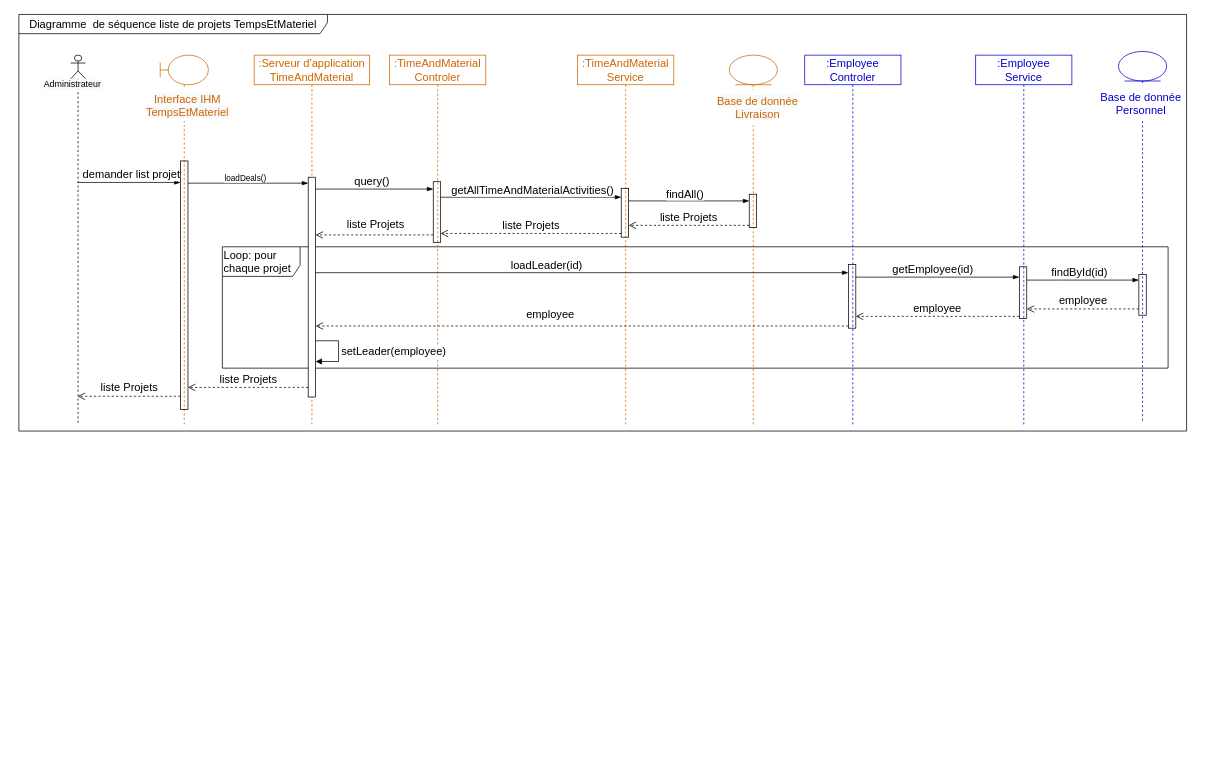
Before: Delivery/TimeAndMaterialProjectListDiagrammeSequence.drawio in ZidiMedAmine/UML, a draw.io diagram. Source tidied: cells renumbered, new cells numbered last; positions are measured from the earlier drawing's top-left corner, leaving out a move shared by most shapes. Both pictures are drawn from the tidied source at 74%, with x=0, y=0 at pixel (18, 14).
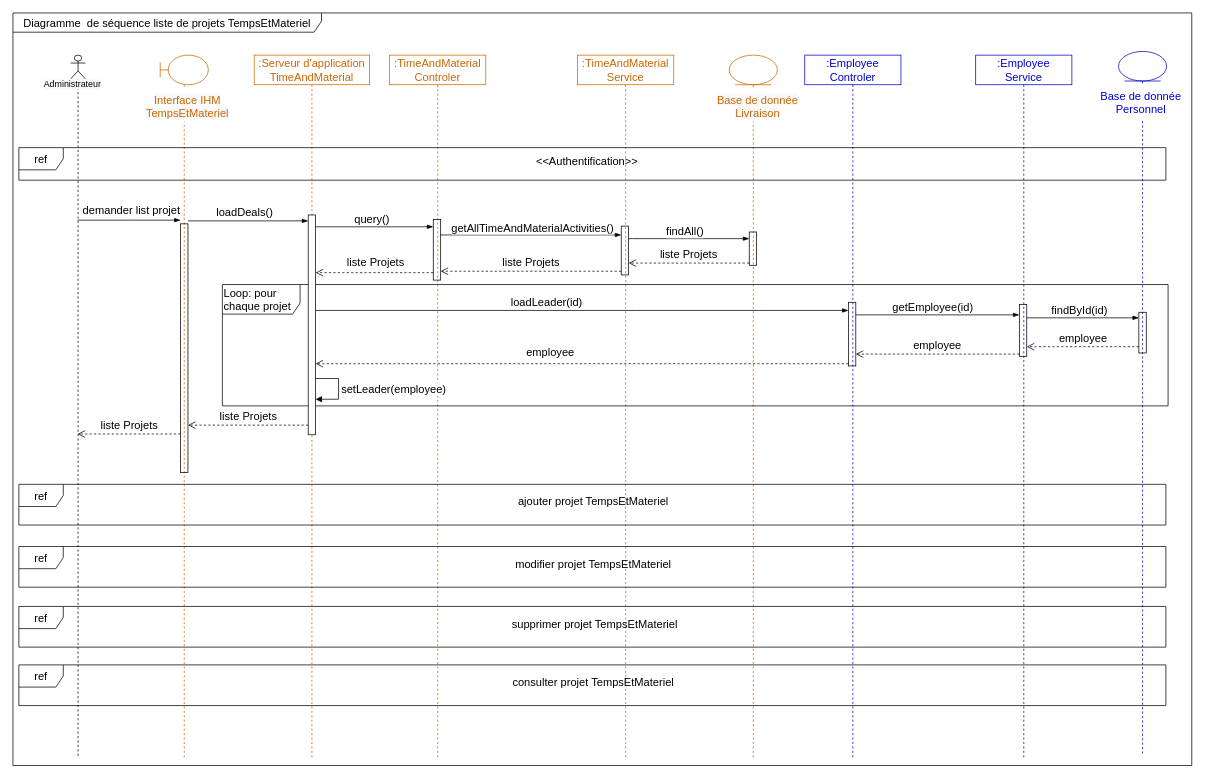
After the change.

Commit message:
Mettre à jour TimeAndMaterialProjectListDiagrammeSequence.drawio

Change to the diagram source:
```diff
@@
+    <mxCell id="43" value="Diagramme&amp;nbsp; de séquence liste de projets TempsEtMateriel" style="shape=umlFrame;whiteSpace=wrap;html=1;rounded=0;shadow=0;glass=0;sketch=0;fontSize=15;fillColor=none;width=417;height=26;" parent="1" vertex="1">
+      <mxGeometry x="-8" y="-2" width="1593" height="1017" as="geometry" />
+    </mxCell>
     <mxCell id="2" value=":TimeAndMaterial&lt;br&gt;Controler" style="shape=umlLifeline;perimeter=lifelinePerimeter;whiteSpace=wrap;html=1;rounded=0;shadow=0;glass=0;sketch=0;fillColor=none;fontSize=15;fontColor=#CC6600;strokeColor=#CC6600;" parent="1" vertex="1">
-      <mxGeometry x="501" y="55" width="130" height="500" as="geometry" />
+      <mxGeometry x="501" y="55" width="130" height="950" as="geometry" />
     </mxCell>
     <mxCell id="3" style="html=1;points=[];perimeter=orthogonalPerimeter;rounded=0;shadow=0;glass=0;sketch=0;fontSize=15;fillColor=none;" parent="2" vertex="1">
-      <mxGeometry x="59" y="171" width="10" height="82" as="geometry" />
+      <mxGeometry x="59" y="222" width="10" height="82" as="geometry" />
     </mxCell>
     <mxCell id="4" style="shape=umlLifeline;participant=umlActor;perimeter=lifelinePerimeter;whiteSpace=wrap;html=1;verticalAlign=top;spacingTop=36;outlineConnect=0;fillColor=none;size=32;sketch=0;shadow=0;rounded=0;glass=0;" parent="1" vertex="1">
-      <mxGeometry x="70" y="55" width="20" height="500" as="geometry" />
+      <mxGeometry x="70" y="55" width="20" height="950" as="geometry" />
     </mxCell>
@@
     <mxCell id="6" value=":TimeAndMaterial&lt;br&gt;Service" style="shape=umlLifeline;perimeter=lifelinePerimeter;whiteSpace=wrap;html=1;rounded=0;shadow=0;glass=0;sketch=0;fillColor=none;fontSize=15;fontColor=#CC6600;strokeColor=#CC6600;" parent="1" vertex="1">
-      <mxGeometry x="755" y="55" width="130" height="500" as="geometry" />
+      <mxGeometry x="755" y="55" width="130" height="950" as="geometry" />
     </mxCell>
     <mxCell id="7" style="html=1;points=[];perimeter=orthogonalPerimeter;rounded=0;shadow=0;glass=0;sketch=0;fontSize=15;fillColor=none;" parent="6" vertex="1">
-      <mxGeometry x="59" y="180" width="10" height="66" as="geometry" />
+      <mxGeometry x="59" y="231" width="10" height="66" as="geometry" />
     </mxCell>
     <mxCell id="8" style="shape=umlLifeline;participant=umlEntity;perimeter=lifelinePerimeter;whiteSpace=wrap;html=1;verticalAlign=top;spacingTop=36;rounded=0;shadow=0;glass=0;sketch=0;fontSize=15;fillColor=none;fontColor=#CC6600;strokeColor=#CC6600;" parent="1" vertex="1">
-      <mxGeometry x="960" y="55" width="65" height="500" as="geometry" />
+      <mxGeometry x="960" y="55" width="65" height="950" as="geometry" />
     </mxCell>
     <mxCell id="9" style="html=1;points=[];perimeter=orthogonalPerimeter;rounded=0;shadow=0;glass=0;sketch=0;fontSize=15;fillColor=none;" parent="8" vertex="1">
-      <mxGeometry x="27" y="188" width="10" height="45" as="geometry" />
+      <mxGeometry x="27" y="239" width="10" height="45" as="geometry" />
     </mxCell>
     <mxCell id="10" value="&lt;span style=&quot;font-family: Helvetica; font-size: 15px; font-style: normal; font-variant-ligatures: normal; font-variant-caps: normal; font-weight: 400; letter-spacing: normal; orphans: 2; text-indent: 0px; text-transform: none; widows: 2; word-spacing: 0px; -webkit-text-stroke-width: 0px; background-color: rgb(248, 249, 250); text-decoration-thickness: initial; text-decoration-style: initial; text-decoration-color: initial; float: none; display: inline !important;&quot;&gt;Base de donnée&lt;br&gt;Livraison&lt;br&gt;&lt;/span&gt;" style="text;whiteSpace=wrap;html=1;fontSize=15;align=center;fillColor=default;fontColor=#CC6600;" parent="8" vertex="1">
-      <mxGeometry x="-21" y="47" width="119" height="48" as="geometry" />
+      <mxGeometry x="-21" y="45" width="119" height="45" as="geometry" />
     </mxCell>
     <mxCell id="11" style="shape=umlLifeline;participant=umlBoundary;perimeter=lifelinePerimeter;whiteSpace=wrap;html=1;verticalAlign=top;spacingTop=36;rounded=0;shadow=0;glass=0;sketch=0;fontSize=15;fillColor=none;fontColor=#CC6600;strokeColor=#CC6600;" parent="1" vertex="1">
-      <mxGeometry x="191" y="55" width="65" height="500" as="geometry" />
+      <mxGeometry x="191" y="55" width="65" height="950" as="geometry" />
     </mxCell>
     <mxCell id="12" value="&lt;span style=&quot;font-family: Helvetica; font-size: 15px; font-style: normal; font-variant-ligatures: normal; font-variant-caps: normal; font-weight: 400; letter-spacing: normal; orphans: 2; text-indent: 0px; text-transform: none; widows: 2; word-spacing: 0px; -webkit-text-stroke-width: 0px; background-color: rgb(248, 249, 250); text-decoration-thickness: initial; text-decoration-style: initial; text-decoration-color: initial; float: none; display: inline !important;&quot;&gt;Interface IHM&lt;/span&gt;&lt;br style=&quot;font-family: Helvetica; font-size: 15px; font-style: normal; font-variant-ligatures: normal; font-variant-caps: normal; font-weight: 400; letter-spacing: normal; orphans: 2; text-indent: 0px; text-transform: none; widows: 2; word-spacing: 0px; -webkit-text-stroke-width: 0px; background-color: rgb(248, 249, 250); text-decoration-thickness: initial; text-decoration-style: initial; text-decoration-color: initial;&quot;&gt;&lt;span style=&quot;font-family: Helvetica; font-size: 15px; font-style: normal; font-variant-ligatures: normal; font-variant-caps: normal; font-weight: 400; letter-spacing: normal; orphans: 2; text-indent: 0px; text-transform: none; widows: 2; word-spacing: 0px; -webkit-text-stroke-width: 0px; background-color: rgb(248, 249, 250); text-decoration-thickness: initial; text-decoration-style: initial; text-decoration-color: initial; float: none; display: inline !important;&quot;&gt;TempsEtMateriel&lt;/span&gt;" style="text;whiteSpace=wrap;html=1;fontSize=15;align=center;fillColor=default;fontColor=#CC6600;" parent="11" vertex="1">
-      <mxGeometry x="-24" y="44" width="122" height="45" as="geometry" />
+      <mxGeometry x="-24" y="45" width="122" height="45" as="geometry" />
     </mxCell>
     <mxCell id="13" style="html=1;points=[];perimeter=orthogonalPerimeter;rounded=0;shadow=0;glass=0;sketch=0;fontSize=15;fillColor=none;" parent="11" vertex="1">
-      <mxGeometry x="27.5" y="143" width="10" height="336" as="geometry" />
+      <mxGeometry x="27.5" y="228" width="10" height="336" as="geometry" />
     </mxCell>
     <mxCell id="14" value=":Employee&lt;br&gt;Controler" style="shape=umlLifeline;perimeter=lifelinePerimeter;whiteSpace=wrap;html=1;rounded=0;shadow=0;glass=0;sketch=0;fillColor=none;fontSize=15;strokeColor=#0000CC;fontColor=#0000CC;" parent="1" vertex="1">
-      <mxGeometry x="1062" y="55" width="130" height="500" as="geometry" />
+      <mxGeometry x="1062" y="55" width="130" height="950" as="geometry" />
     </mxCell>
     <mxCell id="15" style="html=1;points=[];perimeter=orthogonalPerimeter;rounded=0;shadow=0;glass=0;sketch=0;fontSize=15;fillColor=none;" parent="14" vertex="1">
-      <mxGeometry x="59" y="283" width="10" height="86" as="geometry" />
+      <mxGeometry x="59" y="334" width="10" height="86" as="geometry" />
     </mxCell>
     <mxCell id="16" style="shape=umlLifeline;participant=umlEntity;perimeter=lifelinePerimeter;whiteSpace=wrap;html=1;verticalAlign=top;spacingTop=36;rounded=0;shadow=0;glass=0;sketch=0;fontSize=15;fillColor=none;strokeColor=#0000CC;" parent="1" vertex="1">
-      <mxGeometry x="1486" y="50" width="65" height="500" as="geometry" />
+      <mxGeometry x="1486" y="50" width="65" height="950" as="geometry" />
     </mxCell>
     <mxCell id="17" value="Base de donnée&lt;br&gt;Personnel" style="text;whiteSpace=wrap;html=1;fontSize=15;align=center;fillColor=default;fontColor=#0000CC;" parent="16" vertex="1">
-      <mxGeometry x="-33" y="46" width="127" height="48" as="geometry" />
+      <mxGeometry x="-33" y="45" width="127" height="48" as="geometry" />
     </mxCell>
     <mxCell id="18" style="html=1;points=[];perimeter=orthogonalPerimeter;rounded=0;shadow=0;glass=0;sketch=0;fontSize=15;fillColor=none;" parent="16" vertex="1">
-      <mxGeometry x="27.5" y="301.5" width="10" height="55" as="geometry" />
+      <mxGeometry x="27.5" y="352.5" width="10" height="55" as="geometry" />
     </mxCell>
     <mxCell id="19" value=":Employee&lt;br&gt;Service" style="shape=umlLifeline;perimeter=lifelinePerimeter;whiteSpace=wrap;html=1;rounded=0;shadow=0;glass=0;sketch=0;fillColor=none;fontSize=15;strokeColor=#0000CC;fontColor=#0000CC;" parent="1" vertex="1">
-      <mxGeometry x="1293" y="55" width="130" height="500" as="geometry" />
+      <mxGeometry x="1293" y="55" width="130" height="950" as="geometry" />
     </mxCell>
     <mxCell id="20" style="html=1;points=[];perimeter=orthogonalPerimeter;rounded=0;shadow=0;glass=0;sketch=0;fontSize=15;fillColor=none;" parent="19" vertex="1">
-      <mxGeometry x="59" y="286" width="10" height="70" as="geometry" />
+      <mxGeometry x="59" y="337" width="10" height="70" as="geometry" />
     </mxCell>
-    <mxCell id="21" style="edgeStyle=elbowEdgeStyle;fontSize=12;html=1;endArrow=blockThin;endFill=1;rounded=0;" parent="1" edge="1" source="4" target="13">
+    <mxCell id="21" style="edgeStyle=elbowEdgeStyle;fontSize=12;html=1;endArrow=blockThin;endFill=1;rounded=0;" parent="1" edge="1">
       <mxGeometry relative="1" as="geometry">
+        <mxPoint x="79.3" y="278" as="sourcePoint" />
+        <mxPoint x="218.5" y="278" as="targetPoint" />
         <Array as="points">
-          <mxPoint x="150" y="227" />
-          <mxPoint x="131" y="200" />
+          <mxPoint x="150" y="278" />
+          <mxPoint x="131" y="251" />
         </Array>
       </mxGeometry>
     </mxCell>
     <mxCell id="22" value="demander list projet" style="edgeLabel;html=1;align=center;verticalAlign=middle;fontSize=15;" parent="21" vertex="1">
       <mxGeometry x="-0.4" relative="1" as="geometry">
-        <mxPoint x="30" y="-12" as="offset" />
+        <mxPoint x="30" y="-15" as="offset" />
       </mxGeometry>
     </mxCell>
     <mxCell id="23" style="edgeStyle=elbowEdgeStyle;fontSize=12;html=1;endArrow=blockThin;endFill=1;rounded=0;" parent="1" edge="1" source="45" target="3">
       <mxGeometry relative="1" as="geometry">
         <Array as="points">
-          <mxPoint x="521" y="236" />
-          <mxPoint x="404" y="230" />
-          <mxPoint x="386" y="243" />
+          <mxPoint x="521" y="287" />
+          <mxPoint x="404" y="281" />
+          <mxPoint x="386" y="294" />
         </Array>
       </mxGeometry>
     </mxCell>
@@
     <mxCell id="25" style="edgeStyle=elbowEdgeStyle;fontSize=12;html=1;endArrow=blockThin;endFill=1;rounded=0;" parent="1" edge="1" source="3" target="7">
       <mxGeometry relative="1" as="geometry">
         <Array as="points">
-          <mxPoint x="713" y="247" />
-          <mxPoint x="562" y="232" />
-          <mxPoint x="487" y="261" />
+          <mxPoint x="713" y="298" />
+          <mxPoint x="562" y="283" />
+          <mxPoint x="487" y="312" />
         </Array>
       </mxGeometry>
     </mxCell>
@@
     <mxCell id="27" style="edgeStyle=elbowEdgeStyle;fontSize=12;html=1;endArrow=blockThin;endFill=1;rounded=0;" parent="1" edge="1" source="7" target="9">
       <mxGeometry relative="1" as="geometry">
         <Array as="points">
-          <mxPoint x="829" y="252" />
-          <mxPoint x="726" y="257" />
+          <mxPoint x="829" y="303" />
+          <mxPoint x="726" y="308" />
         </Array>
       </mxGeometry>
     </mxCell>
@@
     <mxCell id="29" value="liste Projets" style="html=1;verticalAlign=bottom;endArrow=open;dashed=1;endSize=8;rounded=0;fontSize=15;" parent="1" edge="1" source="9" target="7">
       <mxGeometry relative="1" as="geometry">
         <Array as="points">
-          <mxPoint x="908" y="285" />
+          <mxPoint x="908" y="336" />
         </Array>
       </mxGeometry>
     </mxCell>
     <mxCell id="30" value="liste Projets" style="html=1;verticalAlign=bottom;endArrow=open;dashed=1;endSize=8;rounded=0;fontSize=15;" parent="1" edge="1" source="7" target="3">
       <mxGeometry relative="1" as="geometry">
         <Array as="points">
-          <mxPoint x="718" y="296" />
+          <mxPoint x="718" y="347" />
         </Array>
       </mxGeometry>
     </mxCell>
     <mxCell id="31" value="liste Projets" style="html=1;verticalAlign=bottom;endArrow=open;dashed=1;endSize=8;rounded=0;fontSize=15;" parent="1" edge="1" source="3" target="45">
       <mxGeometry x="-0.02" y="-3" relative="1" as="geometry">
         <Array as="points">
-          <mxPoint x="406" y="298" />
+          <mxPoint x="406" y="349" />
         </Array>
       </mxGeometry>
     </mxCell>
     <mxCell id="32" style="edgeStyle=elbowEdgeStyle;fontSize=12;html=1;endArrow=blockThin;endFill=1;rounded=0;" parent="1" edge="1" source="45" target="15">
       <mxGeometry relative="1" as="geometry">
         <Array as="points">
-          <mxPoint x="833" y="349" />
+          <mxPoint x="833" y="400" />
         </Array>
       </mxGeometry>
     </mxCell>
@@
     <mxCell id="34" style="fontSize=12;html=1;endArrow=blockThin;endFill=1;rounded=0;" parent="1" edge="1" source="15" target="20">
       <mxGeometry relative="1" as="geometry">
         <Array as="points">
-          <mxPoint x="1223" y="355" />
+          <mxPoint x="1223" y="406" />
         </Array>
       </mxGeometry>
     </mxCell>
@@
     <mxCell id="36" style="edgeStyle=elbowEdgeStyle;fontSize=12;html=1;endArrow=blockThin;endFill=1;rounded=0;" parent="1" edge="1" source="20" target="18">
       <mxGeometry relative="1" as="geometry">
         <Array as="points">
-          <mxPoint x="1402" y="359" />
-          <mxPoint x="1294" y="348" />
+          <mxPoint x="1402" y="410" />
+          <mxPoint x="1294" y="399" />
         </Array>
       </mxGeometry>
     </mxCell>
@@
     <mxCell id="38" value="employee" style="html=1;verticalAlign=bottom;endArrow=open;dashed=1;endSize=8;rounded=0;fontSize=15;" parent="1" edge="1" source="18" target="20">
       <mxGeometry relative="1" as="geometry">
         <Array as="points">
-          <mxPoint x="1409" y="398" />
+          <mxPoint x="1409" y="449" />
         </Array>
       </mxGeometry>
     </mxCell>
     <mxCell id="39" value="employee" style="html=1;verticalAlign=bottom;endArrow=open;dashed=1;endSize=8;rounded=0;fontSize=15;" parent="1" edge="1" source="20" target="15">
       <mxGeometry relative="1" as="geometry">
         <Array as="points">
-          <mxPoint x="1197" y="408" />
+          <mxPoint x="1197" y="459" />
         </Array>
       </mxGeometry>
     </mxCell>
     <mxCell id="40" value="employee" style="html=1;verticalAlign=bottom;endArrow=open;dashed=1;endSize=8;rounded=0;fontSize=15;startArrow=none;" parent="1" edge="1" source="15" target="45">
       <mxGeometry x="0.12" y="-4" relative="1" as="geometry">
         <Array as="points">
-          <mxPoint x="924" y="421" />
+          <mxPoint x="924" y="472" />
         </Array>
       </mxGeometry>
     </mxCell>
-    <mxCell id="41" value="liste Projets" style="html=1;verticalAlign=bottom;endArrow=open;dashed=1;endSize=8;rounded=0;fontSize=15;" parent="1" edge="1" source="13" target="4">
+    <mxCell id="41" value="liste Projets" style="html=1;verticalAlign=bottom;endArrow=open;dashed=1;endSize=8;rounded=0;fontSize=15;" parent="1" edge="1">
       <mxGeometry relative="1" as="geometry">
+        <mxPoint x="218.5" y="567" as="sourcePoint" />
+        <mxPoint x="79.3" y="567" as="targetPoint" />
         <Array as="points">
-          <mxPoint x="181" y="516" />
+          <mxPoint x="181" y="567" />
         </Array>
       </mxGeometry>
     </mxCell>
     <mxCell id="42" value="Loop: pour &lt;br&gt;chaque&amp;nbsp;&lt;span style=&quot;background-color: initial; text-align: center;&quot;&gt;projet&lt;/span&gt;" style="shape=umlFrame;whiteSpace=wrap;html=1;rounded=0;shadow=0;glass=0;sketch=0;fontSize=15;fillColor=none;width=105;height=40;align=left;" parent="1" vertex="1">
-      <mxGeometry x="275" y="314" width="1278" height="164" as="geometry" />
+      <mxGeometry x="275" y="365" width="1278" height="164" as="geometry" />
     </mxCell>
-    <mxCell id="43" value="Diagramme&amp;nbsp; de séquence liste de projets TempsEtMateriel" style="shape=umlFrame;whiteSpace=wrap;html=1;rounded=0;shadow=0;glass=0;sketch=0;fontSize=15;fillColor=none;width=417;height=26;" parent="1" vertex="1">
-      <mxGeometry width="1578" height="563" as="geometry" />
-    </mxCell>
     <mxCell id="44" value=":Serveur d'application&lt;br&gt;TimeAndMaterial" style="shape=umlLifeline;perimeter=lifelinePerimeter;whiteSpace=wrap;html=1;rounded=0;shadow=0;glass=0;sketch=0;fillColor=none;fontSize=15;fontColor=#CC6600;strokeColor=#CC6600;" parent="1" vertex="1">
-      <mxGeometry x="318" y="55" width="156" height="500" as="geometry" />
+      <mxGeometry x="318" y="55" width="156" height="950" as="geometry" />
     </mxCell>
     <mxCell id="45" style="html=1;points=[];perimeter=orthogonalPerimeter;" parent="44" vertex="1">
-      <mxGeometry x="73" y="165" width="10" height="297" as="geometry" />
+      <mxGeometry x="73" y="216" width="10" height="297" as="geometry" />
     </mxCell>
     <mxCell id="46" value="setLeader(employee)" style="edgeStyle=orthogonalEdgeStyle;html=1;align=left;spacingLeft=2;endArrow=block;rounded=0;fontSize=15;" parent="44" edge="1" source="45" target="45">
       <mxGeometry relative="1" as="geometry">
         <Array as="points">
-          <mxPoint x="114" y="386" />
-          <mxPoint x="114" y="414" />
+          <mxPoint x="114" y="437" />
+          <mxPoint x="114" y="465" />
         </Array>
       </mxGeometry>
     </mxCell>
-    <mxCell id="47" style="fontSize=12;html=1;endArrow=blockThin;endFill=1;rounded=0;" parent="1" edge="1" source="13" target="45">
+    <mxCell id="47" style="fontSize=12;html=1;endArrow=blockThin;endFill=1;rounded=0;" parent="1" edge="1" target="45">
       <mxGeometry relative="1" as="geometry">
+        <mxPoint x="228.5" y="279" as="sourcePoint" />
         <Array as="points">
-          <mxPoint x="342" y="228" />
+          <mxPoint x="342" y="279" />
         </Array>
       </mxGeometry>
     </mxCell>
-    <mxCell id="48" value="loadDeals()" style="edgeLabel;html=1;align=center;verticalAlign=middle;" parent="47" vertex="1">
+    <mxCell id="48" value="loadDeals()" style="edgeLabel;html=1;align=center;verticalAlign=middle;fontSize=15;" parent="47" vertex="1">
       <mxGeometry x="-0.01" y="-3" relative="1" as="geometry">
-        <mxPoint x="-3" y="-11" as="offset" />
+        <mxPoint x="-4" y="-16" as="offset" />
       </mxGeometry>
     </mxCell>
-    <mxCell id="49" value="&lt;span style=&quot;font-size: 15px;&quot;&gt;liste Projets&lt;/span&gt;" style="html=1;verticalAlign=bottom;endArrow=open;dashed=1;endSize=8;rounded=0;" parent="1" edge="1" source="45" target="13">
+    <mxCell id="49" value="&lt;span style=&quot;font-size: 15px;&quot;&gt;liste Projets&lt;/span&gt;" style="html=1;verticalAlign=bottom;endArrow=open;dashed=1;endSize=8;rounded=0;" parent="1" edge="1" source="45">
       <mxGeometry relative="1" as="geometry">
+        <mxPoint x="228.5" y="555" as="targetPoint" />
         <Array as="points">
-          <mxPoint x="333" y="504" />
+          <mxPoint x="333" y="555" />
         </Array>
       </mxGeometry>
     </mxCell>
+    <mxCell id="50" value="ref" style="shape=umlFrame;whiteSpace=wrap;html=1;labelBackgroundColor=none;fontSize=15;" parent="1" vertex="1">
+      <mxGeometry y="180" width="1550" height="44" as="geometry" />
+    </mxCell>
+    <mxCell id="51" value="&amp;lt;&amp;lt;Authentification&amp;gt;&amp;gt;" style="text;html=1;strokeColor=none;fillColor=none;align=center;verticalAlign=middle;whiteSpace=wrap;rounded=0;labelBackgroundColor=none;fontSize=15;fontColor=#000000;" parent="1" vertex="1">
+      <mxGeometry x="738" y="183" width="60" height="30" as="geometry" />
+    </mxCell>
+    <mxCell id="52" value="ref" style="shape=umlFrame;whiteSpace=wrap;html=1;labelBackgroundColor=none;fontSize=15;" parent="1" vertex="1">
+      <mxGeometry y="635" width="1550" height="55" as="geometry" />
+    </mxCell>
+    <mxCell id="53" value="ajouter projet TempsEtMateriel" style="text;html=1;strokeColor=none;fillColor=none;align=center;verticalAlign=middle;whiteSpace=wrap;rounded=0;labelBackgroundColor=none;fontSize=15;fontColor=#000000;" parent="1" vertex="1">
+      <mxGeometry x="635" y="643" width="283" height="30" as="geometry" />
+    </mxCell>
+    <mxCell id="54" value="ref" style="shape=umlFrame;whiteSpace=wrap;html=1;labelBackgroundColor=none;fontSize=15;" parent="1" vertex="1">
+      <mxGeometry y="719" width="1550" height="55" as="geometry" />
+    </mxCell>
+    <mxCell id="55" value="modifier projet TempsEtMateriel" style="text;html=1;strokeColor=none;fillColor=none;align=center;verticalAlign=middle;whiteSpace=wrap;rounded=0;labelBackgroundColor=none;fontSize=15;fontColor=#000000;" parent="1" vertex="1">
+      <mxGeometry x="635" y="727" width="283" height="30" as="geometry" />
+    </mxCell>
+    <mxCell id="56" value="ref" style="shape=umlFrame;whiteSpace=wrap;html=1;labelBackgroundColor=none;fontSize=15;" parent="1" vertex="1">
+      <mxGeometry y="800" width="1550" height="55" as="geometry" />
+    </mxCell>
+    <mxCell id="57" value="supprimer projet TempsEtMateriel" style="text;html=1;strokeColor=none;fillColor=none;align=center;verticalAlign=middle;whiteSpace=wrap;rounded=0;labelBackgroundColor=none;fontSize=15;fontColor=#000000;" parent="1" vertex="1">
+      <mxGeometry x="636.5" y="808" width="283" height="30" as="geometry" />
+    </mxCell>
+    <mxCell id="58" value="ref" style="shape=umlFrame;whiteSpace=wrap;html=1;labelBackgroundColor=none;fontSize=15;" parent="1" vertex="1">
+      <mxGeometry y="879" width="1550" height="55" as="geometry" />
+    </mxCell>
+    <mxCell id="59" value="consulter projet TempsEtMateriel" style="text;html=1;strokeColor=none;fillColor=none;align=center;verticalAlign=middle;whiteSpace=wrap;rounded=0;labelBackgroundColor=none;fontSize=15;fontColor=#000000;" parent="1" vertex="1">
+      <mxGeometry x="635" y="887" width="283" height="30" as="geometry" />
+    </mxCell>
```
